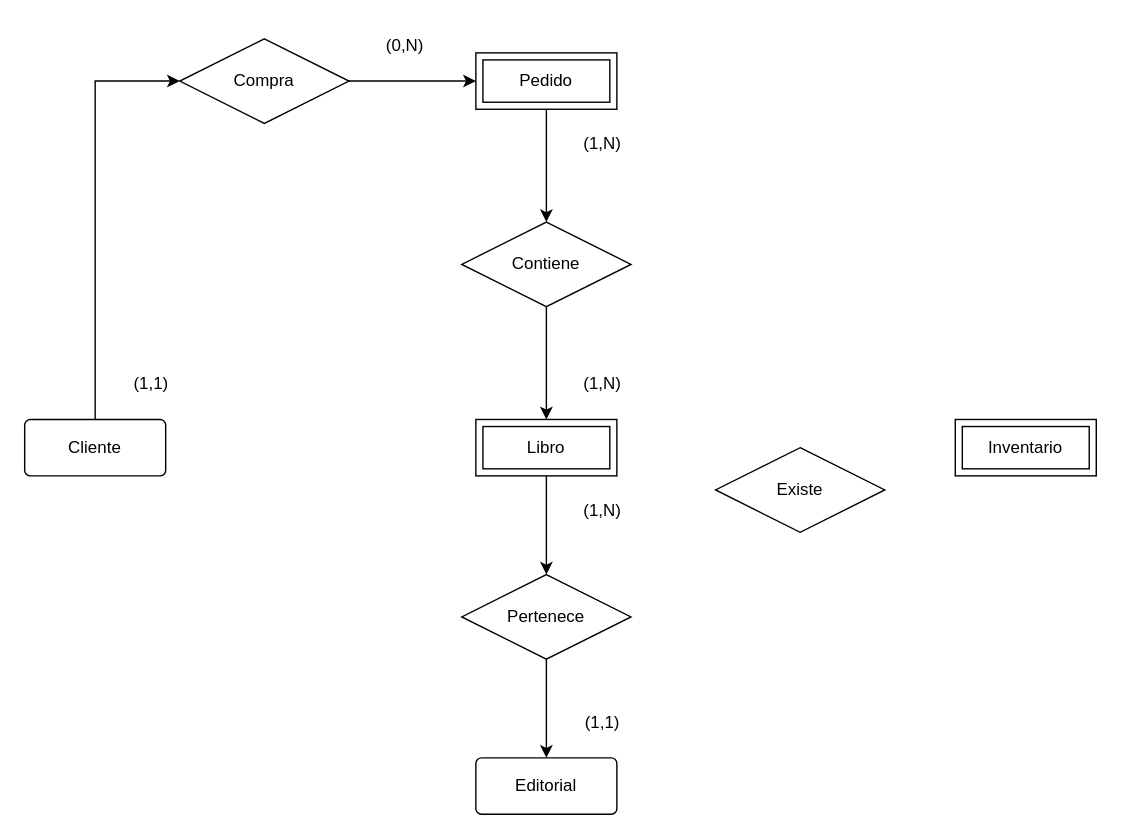
Earlier version of the draw.io diagram modelo.drawio (smringdesigns/modelo). Source tidied: cells renumbered, new cells numbered last; positions are measured from the earlier drawing's top-left corner, leaving out a move shared by most shapes. Both pictures are drawn from the tidied source at 141%, with x=0, y=0 at pixel (24, 24).
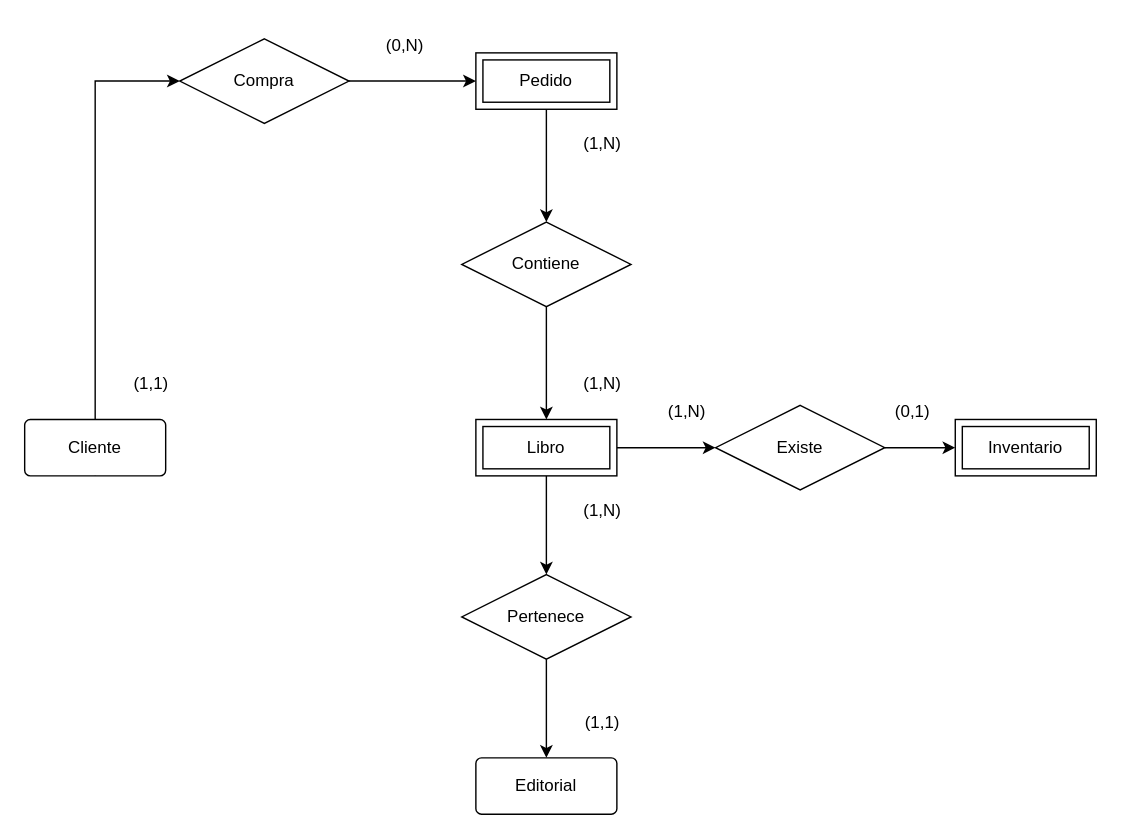
The same diagram, later.

Unchanged cells that the change refers to:
```xml
<mxCell id="8" value="Libro" style="shape=ext;margin=3;double=1;whiteSpace=wrap;html=1;align=center;" parent="1" vertex="1">
  <mxGeometry x="320" y="280" width="100" height="40" as="geometry" />
</mxCell>
<mxCell id="9" value="Inventario" style="shape=ext;margin=3;double=1;whiteSpace=wrap;html=1;align=center;" parent="1" vertex="1">
  <mxGeometry x="660" y="280" width="100" height="40" as="geometry" />
</mxCell>
```

What changed in the source:
```diff
@@
+    <mxCell id="23" style="edgeStyle=orthogonalEdgeStyle;rounded=0;jettySize=auto;html=1;" parent="1" edge="1" source="8" target="22">
+      <mxGeometry relative="1" as="geometry" />
+    </mxCell>
@@
+    <mxCell id="24" style="edgeStyle=orthogonalEdgeStyle;rounded=0;jettySize=auto;html=1;" parent="1" edge="1" source="22" target="9">
+      <mxGeometry relative="1" as="geometry" />
+    </mxCell>
     <mxCell id="22" value="Existe" style="shape=rhombus;perimeter=rhombusPerimeter;whiteSpace=wrap;html=1;align=center;" parent="1" vertex="1">
-      <mxGeometry x="490" y="300" width="120" height="60" as="geometry" />
+      <mxGeometry x="490" y="270" width="120" height="60" as="geometry" />
     </mxCell>
+    <mxCell id="25" value="(1,N)" style="text;html=1;align=center;verticalAlign=middle;whiteSpace=wrap;rounded=0;" parent="1" vertex="1">
+      <mxGeometry x="440" y="260" width="60" height="30" as="geometry" />
+    </mxCell>
+    <mxCell id="26" value="(0,1)" style="text;html=1;align=center;verticalAlign=middle;whiteSpace=wrap;rounded=0;" parent="1" vertex="1">
+      <mxGeometry x="600" y="260" width="60" height="30" as="geometry" />
+    </mxCell>
```
